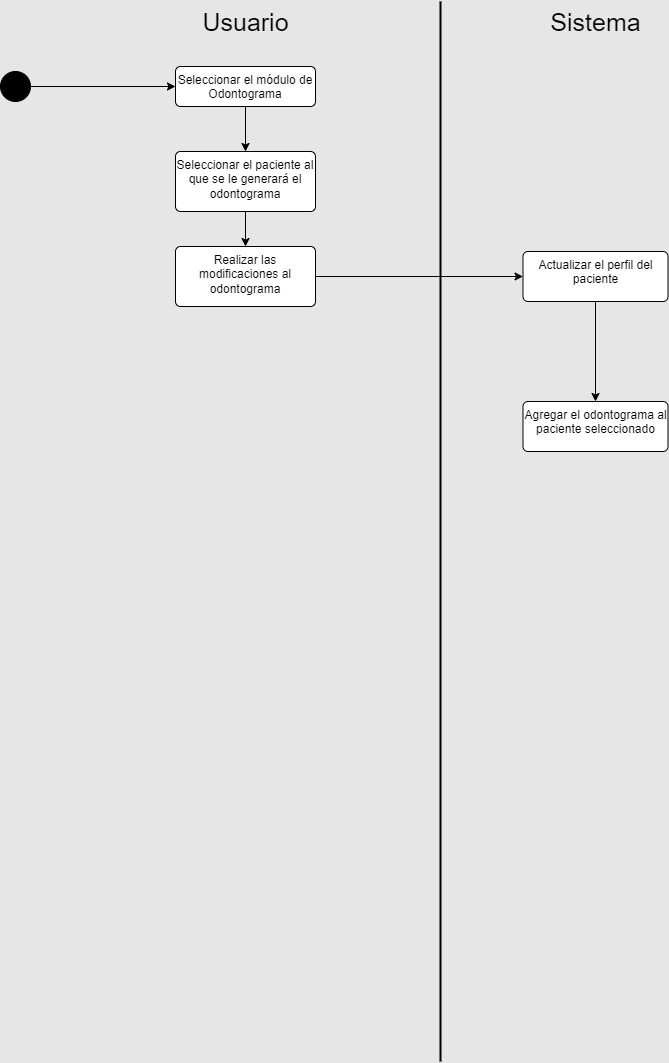
The draw.io diagram Diagrama de actividad/Odontograma.png in CH3MOO/SpecialityX, before a commit. Source tidied: cells renumbered, new cells last; positions are measured from the earlier drawing's top-left corner, leaving out a move shared by most shapes. Source of this version:
```xml
<mxGraphModel background="#E6E6E6">
  <root>
    <mxCell id="0" />
    <mxCell id="1" parent="0" />
    <mxCell id="2" style="edgeStyle=orthogonalEdgeStyle;rounded=0;jettySize=auto;html=1;" parent="1" edge="1" source="3" target="8">
      <mxGeometry relative="1" as="geometry" />
    </mxCell>
    <mxCell id="3" style="ellipse;fillColor=strokeColor;html=1;" parent="1" vertex="1">
      <mxGeometry y="70" width="30" height="30" as="geometry" />
    </mxCell>
    <mxCell id="4" value="Sistema" style="text;html=1;align=center;verticalAlign=middle;strokeColor=none;fillColor=none;fontSize=25;" parent="1" vertex="1">
      <mxGeometry x="540" width="110" height="40" as="geometry" />
    </mxCell>
    <mxCell id="5" value="Usuario" style="text;html=1;align=center;verticalAlign=middle;strokeColor=none;fillColor=none;fontSize=25;" parent="1" vertex="1">
      <mxGeometry x="190" width="110" height="40" as="geometry" />
    </mxCell>
    <mxCell id="6" style="endArrow=none;html=1;rounded=0;strokeWidth=2;" parent="1" edge="1">
      <mxGeometry relative="1" as="geometry">
        <mxPoint x="440" y="1060" as="sourcePoint" />
        <mxPoint x="440" as="targetPoint" />
      </mxGeometry>
    </mxCell>
    <mxCell id="7" style="edgeStyle=orthogonalEdgeStyle;rounded=0;jettySize=auto;html=1;" parent="1" edge="1" source="8" target="15">
      <mxGeometry relative="1" as="geometry" />
    </mxCell>
    <mxCell id="8" value="Seleccionar el módulo de Odontograma" style="html=1;align=center;verticalAlign=top;rounded=1;absoluteArcSize=1;arcSize=10;dashed=0;whiteSpace=wrap;" parent="1" vertex="1">
      <mxGeometry x="175" y="65" width="140" height="40" as="geometry" />
    </mxCell>
    <mxCell id="9" style="edgeStyle=orthogonalEdgeStyle;rounded=0;jettySize=auto;html=1;" parent="1" edge="1" source="10" target="12">
      <mxGeometry relative="1" as="geometry" />
    </mxCell>
    <mxCell id="10" value="Realizar las modificaciones al odontograma" style="html=1;align=center;verticalAlign=top;rounded=1;absoluteArcSize=1;arcSize=10;dashed=0;whiteSpace=wrap;" parent="1" vertex="1">
      <mxGeometry x="175" y="245" width="140" height="60" as="geometry" />
    </mxCell>
    <mxCell id="11" style="edgeStyle=orthogonalEdgeStyle;rounded=0;jettySize=auto;html=1;" parent="1" edge="1" source="12" target="13">
      <mxGeometry relative="1" as="geometry" />
    </mxCell>
    <mxCell id="12" value="Actualizar el perfil del paciente" style="html=1;align=center;verticalAlign=top;rounded=1;absoluteArcSize=1;arcSize=10;dashed=0;whiteSpace=wrap;" parent="1" vertex="1">
      <mxGeometry x="522.5" y="250" width="145" height="50" as="geometry" />
    </mxCell>
    <mxCell id="13" value="Agregar el odontograma al paciente seleccionado" style="html=1;align=center;verticalAlign=top;rounded=1;absoluteArcSize=1;arcSize=10;dashed=0;whiteSpace=wrap;" parent="1" vertex="1">
      <mxGeometry x="522.5" y="400" width="145" height="50" as="geometry" />
    </mxCell>
    <mxCell id="14" style="edgeStyle=orthogonalEdgeStyle;rounded=0;jettySize=auto;html=1;" parent="1" edge="1" source="15" target="10">
      <mxGeometry relative="1" as="geometry" />
    </mxCell>
    <mxCell id="15" value="Seleccionar el paciente al que se le generará el odontograma" style="html=1;align=center;verticalAlign=top;rounded=1;absoluteArcSize=1;arcSize=10;dashed=0;whiteSpace=wrap;" parent="1" vertex="1">
      <mxGeometry x="175" y="150" width="140" height="60" as="geometry" />
    </mxCell>
  </root>
</mxGraphModel>
```
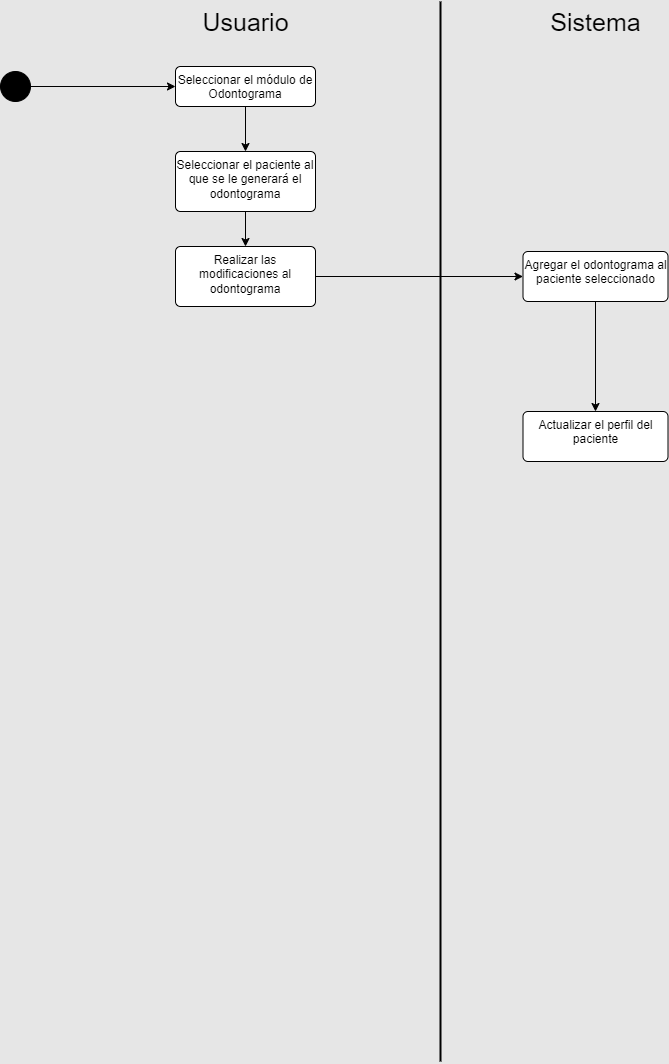
The same diagram one commit later.

The edit, as a diff of the source:
```diff
@@ -26,20 +26,20 @@
     <mxCell id="8" value="Seleccionar el módulo de Odontograma" style="html=1;align=center;verticalAlign=top;rounded=1;absoluteArcSize=1;arcSize=10;dashed=0;whiteSpace=wrap;" parent="1" vertex="1">
       <mxGeometry x="175" y="65" width="140" height="40" as="geometry" />
     </mxCell>
-    <mxCell id="9" style="edgeStyle=orthogonalEdgeStyle;rounded=0;jettySize=auto;html=1;" parent="1" edge="1" source="10" target="12">
-      <mxGeometry relative="1" as="geometry" />
-    </mxCell>
+    <mxCell id="16" style="edgeStyle=orthogonalEdgeStyle;rounded=0;jettySize=auto;html=1;" parent="1" edge="1" source="10" target="13">
+      <mxGeometry relative="1" as="geometry" />
+    </mxCell>
     <mxCell id="10" value="Realizar las modificaciones al odontograma" style="html=1;align=center;verticalAlign=top;rounded=1;absoluteArcSize=1;arcSize=10;dashed=0;whiteSpace=wrap;" parent="1" vertex="1">
       <mxGeometry x="175" y="245" width="140" height="60" as="geometry" />
     </mxCell>
-    <mxCell id="11" style="edgeStyle=orthogonalEdgeStyle;rounded=0;jettySize=auto;html=1;" parent="1" edge="1" source="12" target="13">
-      <mxGeometry relative="1" as="geometry" />
-    </mxCell>
     <mxCell id="12" value="Actualizar el perfil del paciente" style="html=1;align=center;verticalAlign=top;rounded=1;absoluteArcSize=1;arcSize=10;dashed=0;whiteSpace=wrap;" parent="1" vertex="1">
-      <mxGeometry x="522.5" y="250" width="145" height="50" as="geometry" />
+      <mxGeometry x="522.5" y="410" width="145" height="50" as="geometry" />
     </mxCell>
+    <mxCell id="17" style="edgeStyle=orthogonalEdgeStyle;rounded=0;jettySize=auto;html=1;" parent="1" edge="1" source="13" target="12">
+      <mxGeometry relative="1" as="geometry" />
+    </mxCell>
     <mxCell id="13" value="Agregar el odontograma al paciente seleccionado" style="html=1;align=center;verticalAlign=top;rounded=1;absoluteArcSize=1;arcSize=10;dashed=0;whiteSpace=wrap;" parent="1" vertex="1">
-      <mxGeometry x="522.5" y="400" width="145" height="50" as="geometry" />
+      <mxGeometry x="522.5" y="250" width="145" height="50" as="geometry" />
     </mxCell>
     <mxCell id="14" style="edgeStyle=orthogonalEdgeStyle;rounded=0;jettySize=auto;html=1;" parent="1" edge="1" source="15" target="10">
       <mxGeometry relative="1" as="geometry" />
```
